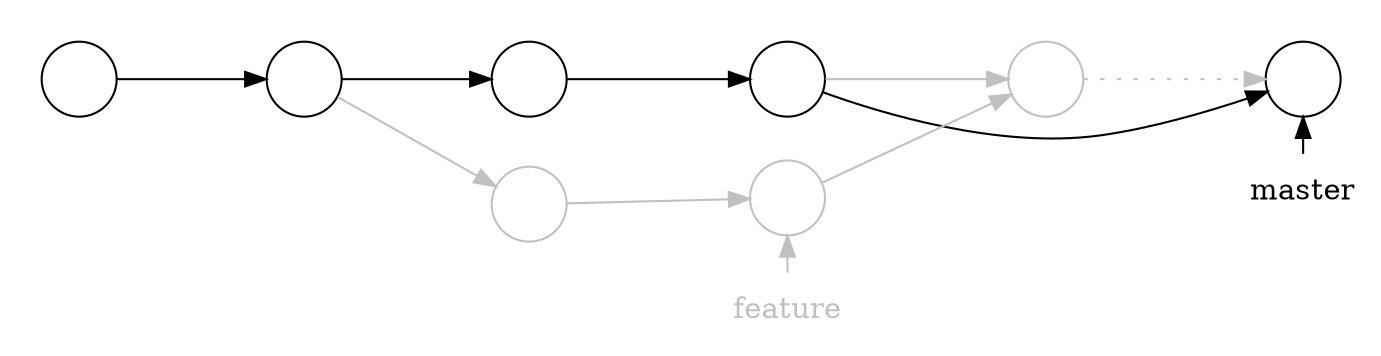
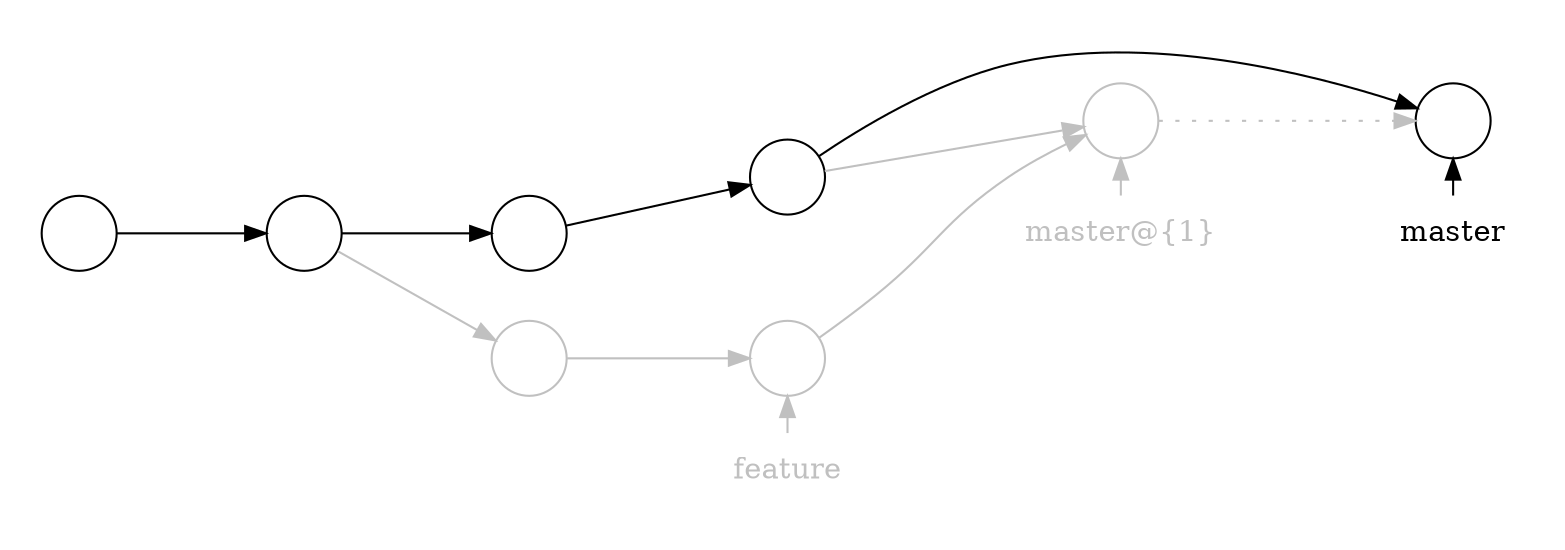
digraph G {
	rankdir="LR";
	graph [ranksep=1];
	node [label="",shape="circle"];

	subgraph cluster_m {
+ 		color="none";
+ 
		m0 -> m1 -> m2 -> m3;
		m4 -> m5 [color="grey",style="dotted"];
		m3 -> m5 [constraint=false];
		m4 [color="grey"];
		m3 -> m4 [color="grey"];
- 		color="none";
+ 
+ 		master [label="master", shape="none"];
+ 		{ rank=same; master -> m5 [constraint=false]; }
+ 
+ 		master2 [label="master@{1}", shape="none", color="grey", fontcolor="grey"];
+ 		{ rank=same; master2 -> m4 [constraint=false,color="grey"]; }
	}
	subgraph cluster_b {
		node [color="grey"];
		edge [color="grey"];
+ 		color="none";
+ 
		m1 -> b1 -> b2 -> m4;
- 		color="none";
+ 
+ 		feature [label="feature", shape="none", color="grey", fontcolor="grey"];
+ 		{ rank=same; feature -> b2; }
	}
- 	{ rank=same; master -> m5 [constraint=false]; master [label="master",shape="none"] }
- 	{ rank=same; b2 -> feature [dir=back,constraint=false,color="grey"]; feature [label="feature",shape="none",color="grey",fontcolor="grey"] }
+ 
+ 
}
